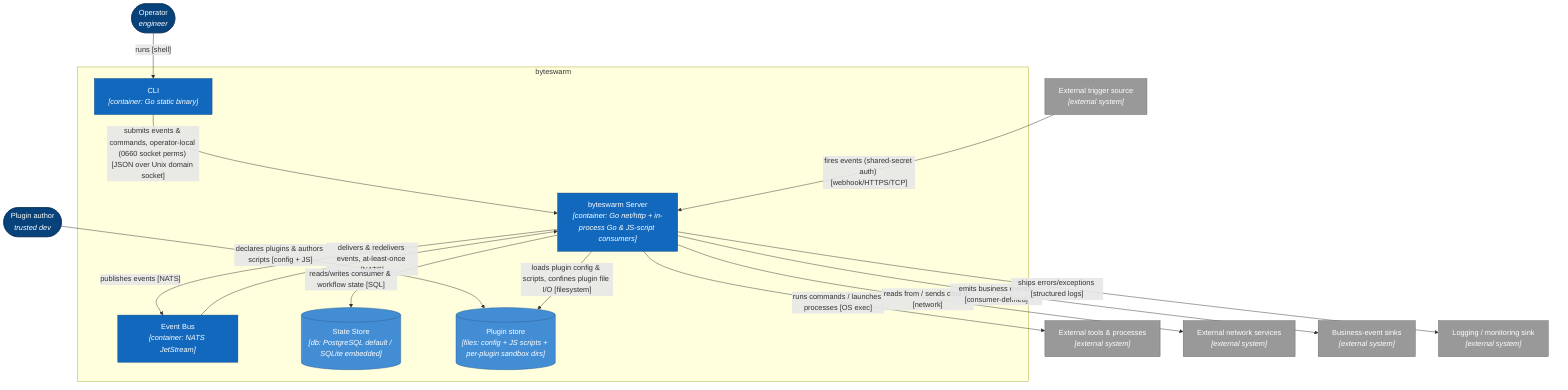
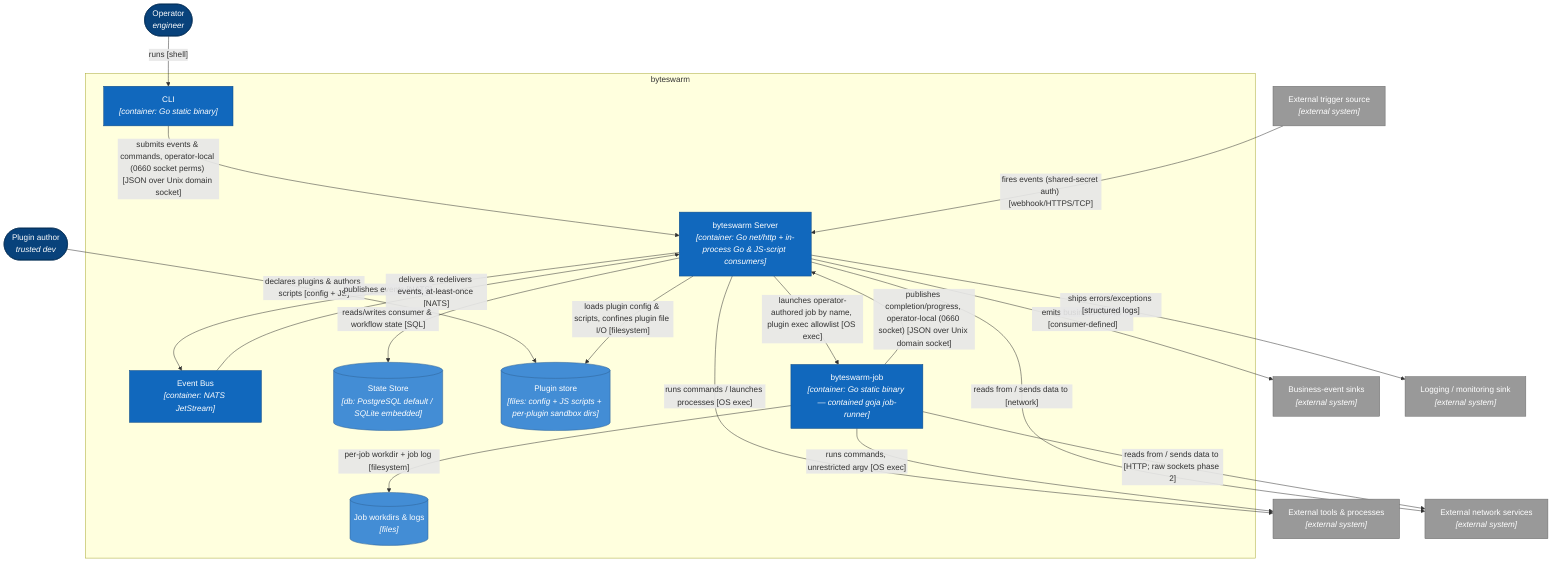
%% C4 L2 — Container diagram for byteswarm
%% Source of truth: docs/adr/ — regenerate via /c4-designer, do not hand-edit
%% Generated: 2026-07-12
flowchart TB
    operator(["Operator<br/><i>engineer</i>"])
    pauthor(["Plugin author<br/><i>trusted dev</i>"])
    trigger["External trigger source<br/><i>[external system]</i>"]

    subgraph sys [byteswarm]
        cli["CLI<br/><i>[container: Go static binary]</i>"]
        srv["byteswarm Server<br/><i>[container: Go net/http + in-process Go & JS-script consumers]</i>"]
        bus["Event Bus<br/><i>[container: NATS JetStream]</i>"]
        db[("State Store<br/><i>[db: PostgreSQL default / SQLite embedded]</i>")]
        plugins[("Plugin store<br/><i>[files: config + JS scripts + per-plugin sandbox dirs]</i>")]
+         job["byteswarm-job<br/><i>[container: Go static binary — contained goja job-runner]</i>"]
+         jobstore[("Job workdirs & logs<br/><i>[files]</i>")]
    end

    tools["External tools & processes<br/><i>[external system]</i>"]
    netsvc["External network services<br/><i>[external system]</i>"]
    sinks["Business-event sinks<br/><i>[external system]</i>"]
    logsink["Logging / monitoring sink<br/><i>[external system]</i>"]

    operator -->|"runs [shell]"| cli
    pauthor -->|"declares plugins & authors scripts [config + JS]"| plugins
    cli -->|"submits events & commands, operator-local (0660 socket perms) [JSON over Unix domain socket]"| srv
    trigger -->|"fires events (shared-secret auth) [webhook/HTTPS/TCP]"| srv
    srv -->|"loads plugin config & scripts, confines plugin file I/O [filesystem]"| plugins
    srv -->|"publishes events [NATS]"| bus
    bus -->|"delivers & redelivers events, at-least-once [NATS]"| srv
    srv -->|"reads/writes consumer & workflow state [SQL]"| db
    srv -->|"runs commands / launches processes [OS exec]"| tools
    srv -->|"reads from / sends data to [network]"| netsvc
    srv -->|"emits business events [consumer-defined]"| sinks
    srv -->|"ships errors/exceptions [structured logs]"| logsink

+     srv -->|"launches operator-authored job by name, plugin exec allowlist [OS exec]"| job
+     job -->|"publishes completion/progress, operator-local (0660 socket) [JSON over Unix domain socket]"| srv
+     job -->|"runs commands, unrestricted argv [OS exec]"| tools
+     job -->|"reads from / sends data to [HTTP; raw sockets phase 2]"| netsvc
+     job -->|"per-job workdir + job log [filesystem]"| jobstore
+ 
    classDef person    fill:#08427b,stroke:#052e56,color:#ffffff
    classDef internal  fill:#1168bd,stroke:#0b4884,color:#ffffff
    classDef external  fill:#999999,stroke:#6b6b6b,color:#ffffff
    classDef datastore fill:#438dd5,stroke:#2e6295,color:#ffffff
    classDef component fill:#85bbf0,stroke:#5d82a8,color:#000000
    class operator,pauthor person
-     class cli,srv,bus internal
-     class db,plugins datastore
+     class cli,srv,bus,job internal
+     class db,plugins,jobstore datastore
    class trigger,tools,netsvc,sinks,logsink external
